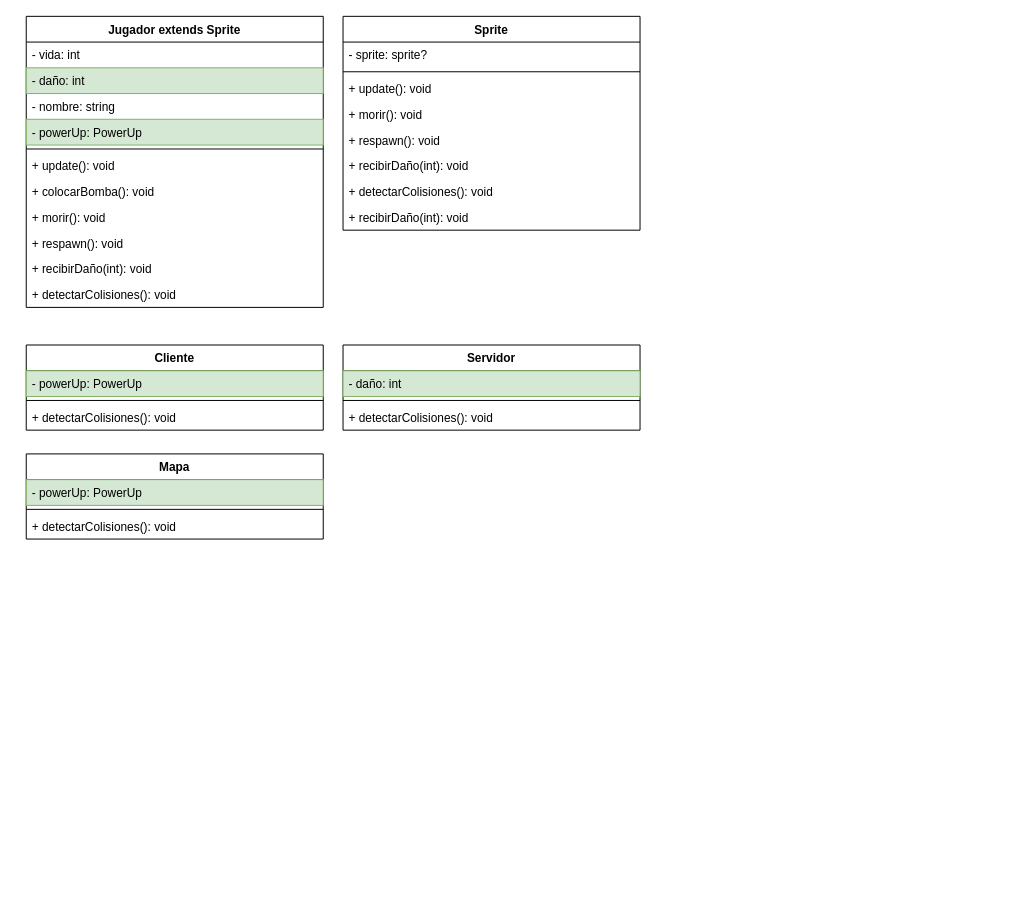
Earlier version of the draw.io diagram Taller/Bomberman/DiagramaDeClases.drawio (Squiro/progra-avanzada-unlam). Source tidied: cells renumbered, new cells numbered last; positions are measured from the earlier drawing's top-left corner, leaving out a move shared by most shapes. Both pictures are drawn from the tidied source at 99%, with x=0, y=0 at pixel (26, 16).
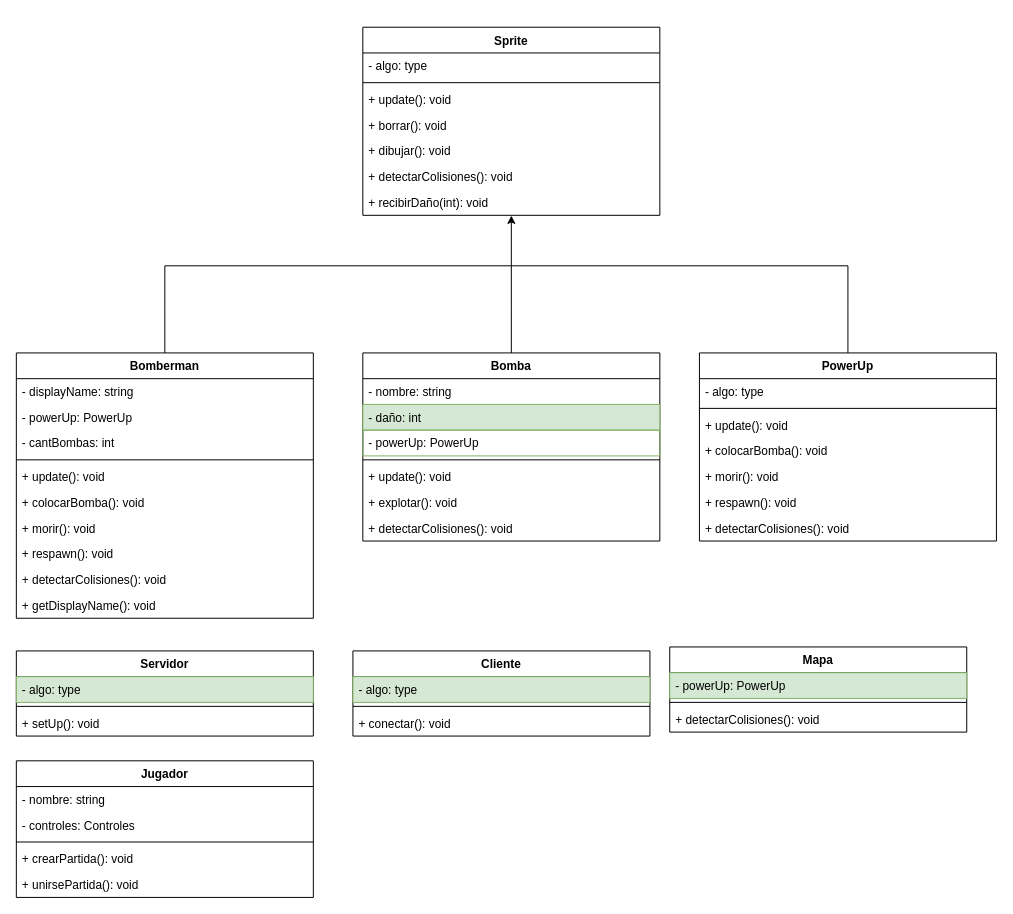
The same diagram, later.

The edit, as a diff of the source:
```diff
@@
     <mxCell id="2" value="Sprite" style="swimlane;fontStyle=1;align=center;verticalAlign=top;horizontal=1;startSize=26;" parent="1" vertex="1">
-      <mxGeometry x="320" width="300" height="216" as="geometry" />
+      <mxGeometry x="340" y="11" width="300" height="190" as="geometry" />
     </mxCell>
-    <mxCell id="3" value="- sprite: sprite?" style="text;strokeColor=none;fillColor=none;align=left;verticalAlign=top;spacingLeft=4;spacingRight=4;overflow=hidden;" parent="2" vertex="1">
+    <mxCell id="3" value="- algo: type" style="text;strokeColor=none;fillColor=none;align=left;verticalAlign=top;spacingLeft=4;spacingRight=4;overflow=hidden;" parent="2" vertex="1">
       <mxGeometry y="26" width="300" height="26" as="geometry" />
     </mxCell>
@@
-    <mxCell id="6" value="+ morir(): void" style="text;strokeColor=none;fillColor=none;align=left;verticalAlign=top;spacingLeft=4;spacingRight=4;overflow=hidden;" parent="2" vertex="1">
+    <mxCell id="6" value="+ borrar(): void" style="text;strokeColor=none;fillColor=none;align=left;verticalAlign=top;spacingLeft=4;spacingRight=4;overflow=hidden;" parent="2" vertex="1">
       <mxGeometry y="86" width="300" height="26" as="geometry" />
     </mxCell>
-    <mxCell id="7" value="+ respawn(): void" style="text;strokeColor=none;fillColor=none;align=left;verticalAlign=top;spacingLeft=4;spacingRight=4;overflow=hidden;" parent="2" vertex="1">
+    <mxCell id="7" value="+ dibujar(): void" style="text;strokeColor=none;fillColor=none;align=left;verticalAlign=top;spacingLeft=4;spacingRight=4;overflow=hidden;" parent="2" vertex="1">
       <mxGeometry y="112" width="300" height="26" as="geometry" />
     </mxCell>
-    <mxCell id="8" value="+ recibirDaño(int): void" style="text;strokeColor=none;fillColor=none;align=left;verticalAlign=top;spacingLeft=4;spacingRight=4;overflow=hidden;" parent="2" vertex="1">
-      <mxGeometry y="138" width="300" height="26" as="geometry" />
-    </mxCell>
     <mxCell id="9" value="+ detectarColisiones(): void" style="text;strokeColor=none;fillColor=none;align=left;verticalAlign=top;spacingLeft=4;spacingRight=4;overflow=hidden;" parent="2" vertex="1">
-      <mxGeometry y="164" width="300" height="26" as="geometry" />
+      <mxGeometry y="138" width="300" height="26" as="geometry" />
     </mxCell>
     <mxCell id="10" value="+ recibirDaño(int): void" style="text;strokeColor=none;fillColor=none;align=left;verticalAlign=top;spacingLeft=4;spacingRight=4;overflow=hidden;points=[[0,0.5],[1,0.5]];portConstraint=eastwest;" parent="2" vertex="1">
-      <mxGeometry y="190" width="300" height="26" as="geometry" />
+      <mxGeometry y="164" width="300" height="26" as="geometry" />
     </mxCell>
+    <mxCell id="35" style="edgeStyle=orthogonalEdgeStyle;rounded=0;jettySize=auto;html=1;exitX=0.5;exitY=0;exitDx=0;exitDy=0;endArrow=none;endFill=0;" parent="1" edge="1" source="11">
+      <mxGeometry relative="1" as="geometry">
+        <mxPoint x="140" y="252" as="targetPoint" />
+      </mxGeometry>
+    </mxCell>
-    <mxCell id="11" value="Jugador extends Sprite" style="swimlane;fontStyle=1;align=center;verticalAlign=top;horizontal=1;startSize=26;" parent="1" vertex="1">
-      <mxGeometry width="300" height="294" as="geometry" />
+    <mxCell id="11" value="Bomberman" style="swimlane;fontStyle=1;align=center;verticalAlign=top;horizontal=1;startSize=26;" parent="1" vertex="1">
+      <mxGeometry x="-10" y="340" width="300" height="268" as="geometry" />
     </mxCell>
-    <mxCell id="12" value="- vida: int" style="text;strokeColor=none;fillColor=none;align=left;verticalAlign=top;spacingLeft=4;spacingRight=4;overflow=hidden;" parent="11" vertex="1">
-      <mxGeometry y="26" width="300" height="26" as="geometry" />
-    </mxCell>
-    <mxCell id="13" value="- daño: int" style="text;strokeColor=#82b366;fillColor=#d5e8d4;align=left;verticalAlign=top;spacingLeft=4;spacingRight=4;overflow=hidden;" parent="11" vertex="1">
-      <mxGeometry y="52" width="300" height="26" as="geometry" />
-    </mxCell>
-    <mxCell id="14" value="- nombre: string" style="text;strokeColor=none;fillColor=none;align=left;verticalAlign=top;spacingLeft=4;spacingRight=4;overflow=hidden;" parent="11" vertex="1">
-      <mxGeometry y="78" width="300" height="26" as="geometry" />
+    <mxCell id="14" value="- displayName: string" style="text;strokeColor=none;fillColor=none;align=left;verticalAlign=top;spacingLeft=4;spacingRight=4;overflow=hidden;" parent="11" vertex="1">
+      <mxGeometry y="26" width="300" height="26" as="geometry" />
     </mxCell>
-    <mxCell id="15" value="- powerUp: PowerUp" style="text;strokeColor=#82b366;fillColor=#d5e8d4;align=left;verticalAlign=top;spacingLeft=4;spacingRight=4;overflow=hidden;" parent="11" vertex="1">
-      <mxGeometry y="104" width="300" height="26" as="geometry" />
+    <mxCell id="15" value="- powerUp: PowerUp" style="text;strokeColor=none;fillColor=none;align=left;verticalAlign=top;spacingLeft=4;spacingRight=4;overflow=hidden;" parent="11" vertex="1">
+      <mxGeometry y="52" width="300" height="26" as="geometry" />
     </mxCell>
+    <mxCell id="36" value="- cantBombas: int" style="text;strokeColor=none;fillColor=none;align=left;verticalAlign=top;spacingLeft=4;spacingRight=4;overflow=hidden;" parent="11" vertex="1">
+      <mxGeometry y="78" width="300" height="26" as="geometry" />
+    </mxCell>
     <mxCell id="16" style="line;strokeWidth=1;fillColor=none;align=left;verticalAlign=middle;spacingTop=-1;spacingLeft=3;spacingRight=3;labelPosition=right;" parent="11" vertex="1">
-      <mxGeometry y="130" width="300" height="8" as="geometry" />
+      <mxGeometry y="104" width="300" height="8" as="geometry" />
     </mxCell>
     <mxCell id="17" value="+ update(): void" style="text;strokeColor=none;fillColor=none;align=left;verticalAlign=top;spacingLeft=4;spacingRight=4;overflow=hidden;" parent="11" vertex="1">
-      <mxGeometry y="138" width="300" height="26" as="geometry" />
+      <mxGeometry y="112" width="300" height="26" as="geometry" />
     </mxCell>
     <mxCell id="18" value="+ colocarBomba(): void" style="text;strokeColor=none;fillColor=none;align=left;verticalAlign=top;spacingLeft=4;spacingRight=4;overflow=hidden;" parent="11" vertex="1">
-      <mxGeometry y="164" width="300" height="26" as="geometry" />
+      <mxGeometry y="138" width="300" height="26" as="geometry" />
     </mxCell>
     <mxCell id="19" value="+ morir(): void" style="text;strokeColor=none;fillColor=none;align=left;verticalAlign=top;spacingLeft=4;spacingRight=4;overflow=hidden;" parent="11" vertex="1">
-      <mxGeometry y="190" width="300" height="26" as="geometry" />
+      <mxGeometry y="164" width="300" height="26" as="geometry" />
     </mxCell>
     <mxCell id="20" value="+ respawn(): void" style="text;strokeColor=none;fillColor=none;align=left;verticalAlign=top;spacingLeft=4;spacingRight=4;overflow=hidden;" parent="11" vertex="1">
-      <mxGeometry y="216" width="300" height="26" as="geometry" />
+      <mxGeometry y="190" width="300" height="26" as="geometry" />
     </mxCell>
-    <mxCell id="21" value="+ recibirDaño(int): void" style="text;strokeColor=none;fillColor=none;align=left;verticalAlign=top;spacingLeft=4;spacingRight=4;overflow=hidden;" parent="11" vertex="1">
-      <mxGeometry y="242" width="300" height="26" as="geometry" />
-    </mxCell>
     <mxCell id="22" value="+ detectarColisiones(): void" style="text;strokeColor=none;fillColor=none;align=left;verticalAlign=top;spacingLeft=4;spacingRight=4;overflow=hidden;" parent="11" vertex="1">
-      <mxGeometry y="268" width="300" height="26" as="geometry" />
+      <mxGeometry y="216" width="300" height="26" as="geometry" />
     </mxCell>
+    <mxCell id="37" value="+ getDisplayName(): void" style="text;strokeColor=none;fillColor=none;align=left;verticalAlign=top;spacingLeft=4;spacingRight=4;overflow=hidden;" parent="11" vertex="1">
+      <mxGeometry y="242" width="300" height="26" as="geometry" />
+    </mxCell>
     <mxCell id="23" value="Cliente" style="swimlane;fontStyle=1;align=center;verticalAlign=top;horizontal=1;startSize=26;" parent="1" vertex="1">
-      <mxGeometry y="332" width="300" height="86" as="geometry" />
+      <mxGeometry x="330" y="641" width="300" height="86" as="geometry" />
     </mxCell>
-    <mxCell id="24" value="- powerUp: PowerUp" style="text;strokeColor=#82b366;fillColor=#d5e8d4;align=left;verticalAlign=top;spacingLeft=4;spacingRight=4;overflow=hidden;" parent="23" vertex="1">
+    <mxCell id="24" value="- algo: type" style="text;strokeColor=#82b366;fillColor=#d5e8d4;align=left;verticalAlign=top;spacingLeft=4;spacingRight=4;overflow=hidden;" parent="23" vertex="1">
       <mxGeometry y="26" width="300" height="26" as="geometry" />
     </mxCell>
@@
-    <mxCell id="26" value="+ detectarColisiones(): void" style="text;strokeColor=none;fillColor=none;align=left;verticalAlign=top;spacingLeft=4;spacingRight=4;overflow=hidden;" parent="23" vertex="1">
+    <mxCell id="26" value="+ conectar(): void" style="text;strokeColor=none;fillColor=none;align=left;verticalAlign=top;spacingLeft=4;spacingRight=4;overflow=hidden;" parent="23" vertex="1">
       <mxGeometry y="60" width="300" height="26" as="geometry" />
     </mxCell>
     <mxCell id="27" value="Servidor" style="swimlane;fontStyle=1;align=center;verticalAlign=top;horizontal=1;startSize=26;" parent="1" vertex="1">
-      <mxGeometry x="320" y="332" width="300" height="86" as="geometry" />
+      <mxGeometry x="-10" y="641" width="300" height="86" as="geometry" />
     </mxCell>
-    <mxCell id="28" value="- daño: int" style="text;strokeColor=#82b366;fillColor=#d5e8d4;align=left;verticalAlign=top;spacingLeft=4;spacingRight=4;overflow=hidden;" parent="27" vertex="1">
+    <mxCell id="28" value="- algo: type&#10;" style="text;strokeColor=#82b366;fillColor=#d5e8d4;align=left;verticalAlign=top;spacingLeft=4;spacingRight=4;overflow=hidden;" parent="27" vertex="1">
       <mxGeometry y="26" width="300" height="26" as="geometry" />
     </mxCell>
@@
-    <mxCell id="30" value="+ detectarColisiones(): void" style="text;strokeColor=none;fillColor=none;align=left;verticalAlign=top;spacingLeft=4;spacingRight=4;overflow=hidden;" parent="27" vertex="1">
+    <mxCell id="30" value="+ setUp(): void" style="text;strokeColor=none;fillColor=none;align=left;verticalAlign=top;spacingLeft=4;spacingRight=4;overflow=hidden;" parent="27" vertex="1">
       <mxGeometry y="60" width="300" height="26" as="geometry" />
     </mxCell>
     <mxCell id="31" value="Mapa" style="swimlane;fontStyle=1;align=center;verticalAlign=top;horizontal=1;startSize=26;" parent="1" vertex="1">
-      <mxGeometry y="442" width="300" height="86" as="geometry" />
+      <mxGeometry x="650" y="637" width="300" height="86" as="geometry" />
     </mxCell>
@@
+    <mxCell id="38" style="edgeStyle=orthogonalEdgeStyle;rounded=0;jettySize=auto;html=1;exitX=0.5;exitY=0;exitDx=0;exitDy=0;endArrow=none;endFill=0;" parent="1" edge="1" source="39">
+      <mxGeometry relative="1" as="geometry">
+        <mxPoint x="490" y="252" as="targetPoint" />
+      </mxGeometry>
+    </mxCell>
+    <mxCell id="39" value="Bomba" style="swimlane;fontStyle=1;align=center;verticalAlign=top;horizontal=1;startSize=26;" parent="1" vertex="1">
+      <mxGeometry x="340" y="340" width="300" height="190" as="geometry" />
+    </mxCell>
+    <mxCell id="40" value="- nombre: string" style="text;strokeColor=none;fillColor=none;align=left;verticalAlign=top;spacingLeft=4;spacingRight=4;overflow=hidden;" parent="39" vertex="1">
+      <mxGeometry y="26" width="300" height="26" as="geometry" />
+    </mxCell>
+    <mxCell id="13" value="- daño: int" style="text;strokeColor=#82b366;fillColor=#d5e8d4;align=left;verticalAlign=top;spacingLeft=4;spacingRight=4;overflow=hidden;" parent="39" vertex="1">
+      <mxGeometry y="52" width="300" height="26" as="geometry" />
+    </mxCell>
+    <mxCell id="41" value="- powerUp: PowerUp" style="text;strokeColor=#82b366;fillColor=none;align=left;verticalAlign=top;spacingLeft=4;spacingRight=4;overflow=hidden;" parent="39" vertex="1">
+      <mxGeometry y="78" width="300" height="26" as="geometry" />
+    </mxCell>
+    <mxCell id="42" style="line;strokeWidth=1;fillColor=none;align=left;verticalAlign=middle;spacingTop=-1;spacingLeft=3;spacingRight=3;labelPosition=right;" parent="39" vertex="1">
+      <mxGeometry y="104" width="300" height="8" as="geometry" />
+    </mxCell>
+    <mxCell id="43" value="+ update(): void" style="text;strokeColor=none;fillColor=none;align=left;verticalAlign=top;spacingLeft=4;spacingRight=4;overflow=hidden;" parent="39" vertex="1">
+      <mxGeometry y="112" width="300" height="26" as="geometry" />
+    </mxCell>
+    <mxCell id="44" value="+ explotar(): void" style="text;strokeColor=none;fillColor=none;align=left;verticalAlign=top;spacingLeft=4;spacingRight=4;overflow=hidden;" parent="39" vertex="1">
+      <mxGeometry y="138" width="300" height="26" as="geometry" />
+    </mxCell>
+    <mxCell id="45" value="+ detectarColisiones(): void" style="text;strokeColor=none;fillColor=none;align=left;verticalAlign=top;spacingLeft=4;spacingRight=4;overflow=hidden;" parent="39" vertex="1">
+      <mxGeometry y="164" width="300" height="26" as="geometry" />
+    </mxCell>
+    <mxCell id="46" style="edgeStyle=orthogonalEdgeStyle;rounded=0;jettySize=auto;html=1;exitX=0.5;exitY=0;exitDx=0;exitDy=0;endArrow=none;endFill=0;" parent="1" edge="1" source="47">
+      <mxGeometry relative="1" as="geometry">
+        <mxPoint x="830" y="252" as="targetPoint" />
+      </mxGeometry>
+    </mxCell>
+    <mxCell id="47" value="PowerUp" style="swimlane;fontStyle=1;align=center;verticalAlign=top;horizontal=1;startSize=26;" parent="1" vertex="1">
+      <mxGeometry x="680" y="340" width="300" height="190" as="geometry" />
+    </mxCell>
+    <mxCell id="48" value="- algo: type" style="text;strokeColor=none;fillColor=none;align=left;verticalAlign=top;spacingLeft=4;spacingRight=4;overflow=hidden;" parent="47" vertex="1">
+      <mxGeometry y="26" width="300" height="26" as="geometry" />
+    </mxCell>
+    <mxCell id="49" style="line;strokeWidth=1;fillColor=none;align=left;verticalAlign=middle;spacingTop=-1;spacingLeft=3;spacingRight=3;labelPosition=right;" parent="47" vertex="1">
+      <mxGeometry y="52" width="300" height="8" as="geometry" />
+    </mxCell>
+    <mxCell id="50" value="+ update(): void" style="text;strokeColor=none;fillColor=none;align=left;verticalAlign=top;spacingLeft=4;spacingRight=4;overflow=hidden;" parent="47" vertex="1">
+      <mxGeometry y="60" width="300" height="26" as="geometry" />
+    </mxCell>
+    <mxCell id="51" value="+ colocarBomba(): void" style="text;strokeColor=none;fillColor=none;align=left;verticalAlign=top;spacingLeft=4;spacingRight=4;overflow=hidden;" parent="47" vertex="1">
+      <mxGeometry y="86" width="300" height="26" as="geometry" />
+    </mxCell>
+    <mxCell id="52" value="+ morir(): void" style="text;strokeColor=none;fillColor=none;align=left;verticalAlign=top;spacingLeft=4;spacingRight=4;overflow=hidden;" parent="47" vertex="1">
+      <mxGeometry y="112" width="300" height="26" as="geometry" />
+    </mxCell>
+    <mxCell id="53" value="+ respawn(): void" style="text;strokeColor=none;fillColor=none;align=left;verticalAlign=top;spacingLeft=4;spacingRight=4;overflow=hidden;" parent="47" vertex="1">
+      <mxGeometry y="138" width="300" height="26" as="geometry" />
+    </mxCell>
+    <mxCell id="54" value="+ detectarColisiones(): void" style="text;strokeColor=none;fillColor=none;align=left;verticalAlign=top;spacingLeft=4;spacingRight=4;overflow=hidden;" parent="47" vertex="1">
+      <mxGeometry y="164" width="300" height="26" as="geometry" />
+    </mxCell>
+    <mxCell id="55" style="endArrow=none;html=1;" parent="1" edge="1">
+      <mxGeometry relative="1" as="geometry">
+        <mxPoint x="140" y="252" as="sourcePoint" />
+        <mxPoint x="830" y="252" as="targetPoint" />
+      </mxGeometry>
+    </mxCell>
+    <mxCell id="56" style="endArrow=classic;html=1;entryX=0.5;entryY=1.008;entryDx=0;entryDy=0;entryPerimeter=0;endFill=1;" parent="1" edge="1" target="10">
+      <mxGeometry relative="1" as="geometry">
+        <mxPoint x="490" y="252" as="sourcePoint" />
+      </mxGeometry>
+    </mxCell>
+    <mxCell id="57" value="Jugador" style="swimlane;fontStyle=1;align=center;verticalAlign=top;horizontal=1;startSize=26;" parent="1" vertex="1">
+      <mxGeometry x="-10" y="752" width="300" height="138" as="geometry" />
+    </mxCell>
+    <mxCell id="58" value="- nombre: string" style="text;align=left;verticalAlign=top;spacingLeft=4;spacingRight=4;overflow=hidden;" parent="57" vertex="1">
+      <mxGeometry y="26" width="300" height="26" as="geometry" />
+    </mxCell>
+    <mxCell id="59" value="- controles: Controles" style="text;align=left;verticalAlign=top;spacingLeft=4;spacingRight=4;overflow=hidden;" parent="57" vertex="1">
+      <mxGeometry y="52" width="300" height="26" as="geometry" />
+    </mxCell>
+    <mxCell id="60" style="line;strokeWidth=1;fillColor=none;align=left;verticalAlign=middle;spacingTop=-1;spacingLeft=3;spacingRight=3;labelPosition=right;" parent="57" vertex="1">
+      <mxGeometry y="78" width="300" height="8" as="geometry" />
+    </mxCell>
+    <mxCell id="61" value="+ crearPartida(): void" style="text;strokeColor=none;fillColor=none;align=left;verticalAlign=top;spacingLeft=4;spacingRight=4;overflow=hidden;" parent="57" vertex="1">
+      <mxGeometry y="86" width="300" height="26" as="geometry" />
+    </mxCell>
+    <mxCell id="62" value="+ unirsePartida(): void" style="text;strokeColor=none;fillColor=none;align=left;verticalAlign=top;spacingLeft=4;spacingRight=4;overflow=hidden;" parent="57" vertex="1">
+      <mxGeometry y="112" width="300" height="26" as="geometry" />
+    </mxCell>
```
